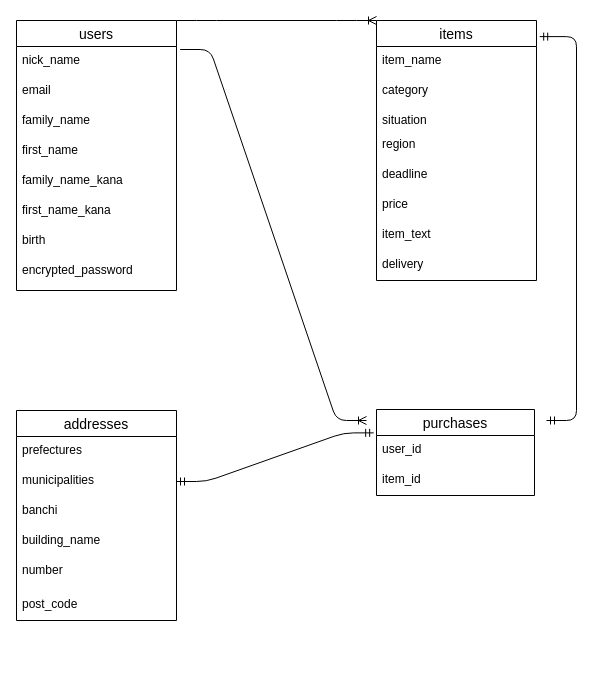
This is app/text.dio from kei422211613/furima-39092, a draw.io file, before an edit. Source tidied: cells renumbered, new cells numbered last; positions are measured from the earlier drawing's top-left corner, leaving out a move shared by most shapes. Both pictures are drawn from the tidied source at 100%, with x=0, y=0 at pixel (16, 20).
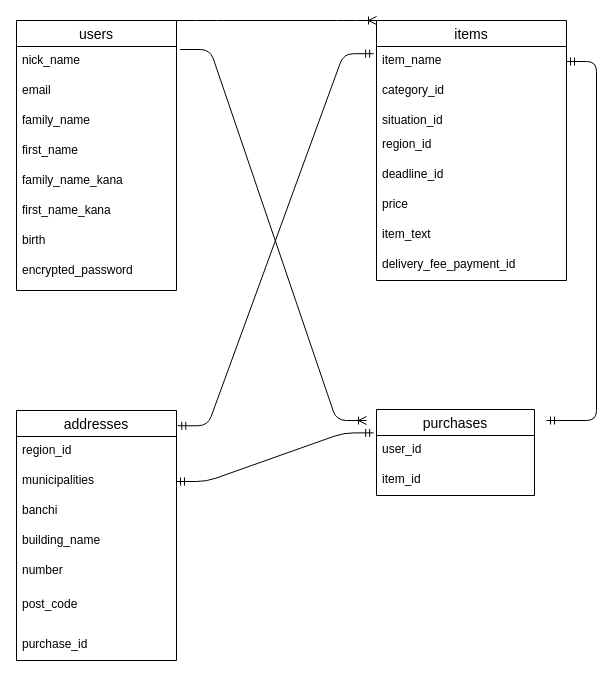
The same page after the edit.

Commit message (it also covers changes not shown here):
データベース設計　修正4

Change to the diagram source:
```diff
@@
     <mxCell id="14" value="items" style="swimlane;fontStyle=0;horizontal=1;startSize=26;align=center;fontSize=14;" parent="1" vertex="1">
-      <mxGeometry x="360" width="160" height="260" as="geometry" />
+      <mxGeometry x="360" width="190" height="260" as="geometry" />
     </mxCell>
     <mxCell id="15" value="item_name" style="text;strokeColor=none;fillColor=none;spacingLeft=4;spacingRight=4;overflow=hidden;points=[[0,0.5],[1,0.5]];portConstraint=eastwest;fontSize=12;" parent="14" vertex="1">
-      <mxGeometry y="26" width="160" height="30" as="geometry" />
+      <mxGeometry y="26" width="190" height="30" as="geometry" />
     </mxCell>
-    <mxCell id="16" value="category" style="text;strokeColor=none;fillColor=none;spacingLeft=4;spacingRight=4;overflow=hidden;fontSize=12;" parent="14" vertex="1">
-      <mxGeometry y="56" width="160" height="30" as="geometry" />
+    <mxCell id="16" value="category_id" style="text;strokeColor=none;fillColor=none;spacingLeft=4;spacingRight=4;overflow=hidden;fontSize=12;" parent="14" vertex="1">
+      <mxGeometry y="56" width="190" height="30" as="geometry" />
     </mxCell>
-    <mxCell id="17" value="situation" style="text;strokeColor=none;fillColor=none;spacingLeft=4;spacingRight=4;overflow=hidden;fontSize=12;" parent="14" vertex="1">
-      <mxGeometry y="86" width="160" height="24" as="geometry" />
+    <mxCell id="17" value="situation_id" style="text;strokeColor=none;fillColor=none;spacingLeft=4;spacingRight=4;overflow=hidden;fontSize=12;" parent="14" vertex="1">
+      <mxGeometry y="86" width="190" height="24" as="geometry" />
     </mxCell>
-    <mxCell id="18" value="region" style="text;strokeColor=none;fillColor=none;spacingLeft=4;spacingRight=4;overflow=hidden;fontSize=12;" parent="14" vertex="1">
-      <mxGeometry y="110" width="160" height="30" as="geometry" />
+    <mxCell id="18" value="region_id" style="text;strokeColor=none;fillColor=none;spacingLeft=4;spacingRight=4;overflow=hidden;fontSize=12;" parent="14" vertex="1">
+      <mxGeometry y="110" width="190" height="30" as="geometry" />
     </mxCell>
-    <mxCell id="19" value="deadline" style="text;strokeColor=none;fillColor=none;spacingLeft=4;spacingRight=4;overflow=hidden;fontSize=12;" parent="14" vertex="1">
-      <mxGeometry y="140" width="160" height="30" as="geometry" />
+    <mxCell id="19" value="deadline_id" style="text;strokeColor=none;fillColor=none;spacingLeft=4;spacingRight=4;overflow=hidden;fontSize=12;" parent="14" vertex="1">
+      <mxGeometry y="140" width="190" height="30" as="geometry" />
     </mxCell>
     <mxCell id="20" value="price" style="text;strokeColor=none;fillColor=none;spacingLeft=4;spacingRight=4;overflow=hidden;fontSize=12;" parent="14" vertex="1">
-      <mxGeometry y="170" width="160" height="30" as="geometry" />
+      <mxGeometry y="170" width="190" height="30" as="geometry" />
     </mxCell>
     <mxCell id="21" value="item_text" style="text;strokeColor=none;fillColor=none;spacingLeft=4;spacingRight=4;overflow=hidden;fontSize=12;" parent="14" vertex="1">
-      <mxGeometry y="200" width="160" height="30" as="geometry" />
+      <mxGeometry y="200" width="190" height="30" as="geometry" />
     </mxCell>
-    <mxCell id="22" value="delivery" style="text;strokeColor=none;fillColor=none;spacingLeft=4;spacingRight=4;overflow=hidden;fontSize=12;" parent="14" vertex="1">
-      <mxGeometry y="230" width="160" height="30" as="geometry" />
+    <mxCell id="22" value="delivery_fee_payment_id" style="text;strokeColor=none;fillColor=none;spacingLeft=4;spacingRight=4;overflow=hidden;fontSize=12;" parent="14" vertex="1">
+      <mxGeometry y="230" width="190" height="30" as="geometry" />
     </mxCell>
     <mxCell id="23" value="addresses" style="swimlane;fontStyle=0;horizontal=1;startSize=26;align=center;fontSize=14;" parent="1" vertex="1">
-      <mxGeometry y="390" width="160" height="210" as="geometry" />
+      <mxGeometry y="390" width="160" height="250" as="geometry" />
     </mxCell>
-    <mxCell id="24" value="prefectures" style="text;strokeColor=none;fillColor=none;spacingLeft=4;spacingRight=4;overflow=hidden;fontSize=12;" parent="23" vertex="1">
+    <mxCell id="24" value="region_id" style="text;strokeColor=none;fillColor=none;spacingLeft=4;spacingRight=4;overflow=hidden;fontSize=12;" parent="23" vertex="1">
       <mxGeometry y="26" width="160" height="30" as="geometry" />
     </mxCell>
@@
     <mxCell id="28" value="post_code" style="text;strokeColor=none;fillColor=none;spacingLeft=4;spacingRight=4;overflow=hidden;fontSize=12;" parent="23" vertex="1">
-      <mxGeometry y="180" width="160" height="30" as="geometry" />
+      <mxGeometry y="180" width="160" height="40" as="geometry" />
     </mxCell>
+    <mxCell id="34" value="purchase_id" style="text;strokeColor=none;fillColor=none;spacingLeft=4;spacingRight=4;overflow=hidden;fontSize=12;" parent="23" vertex="1">
+      <mxGeometry y="220" width="160" height="30" as="geometry" />
+    </mxCell>
@@
-    <mxCell id="31" style="edgeStyle=entityRelationEdgeStyle;fontSize=12;html=1;endArrow=ERmandOne;startArrow=ERmandOne;entryX=1.02;entryY=0.062;entryDx=0;entryDy=0;entryPerimeter=0;" parent="1" edge="1" target="14">
+    <mxCell id="31" style="edgeStyle=entityRelationEdgeStyle;fontSize=12;html=1;endArrow=ERmandOne;startArrow=ERmandOne;" parent="1" edge="1" target="15">
       <mxGeometry relative="1" as="geometry">
         <mxPoint x="530" y="400" as="sourcePoint" />
       </mxGeometry>
     </mxCell>
@@
+    <mxCell id="35" style="edgeStyle=entityRelationEdgeStyle;fontSize=12;html=1;endArrow=ERmandOne;startArrow=ERmandOne;exitX=1.008;exitY=0.061;exitDx=0;exitDy=0;exitPerimeter=0;entryX=-0.015;entryY=0.24;entryDx=0;entryDy=0;entryPerimeter=0;" parent="1" edge="1" source="23" target="15">
+      <mxGeometry relative="1" as="geometry" />
+    </mxCell>
```
